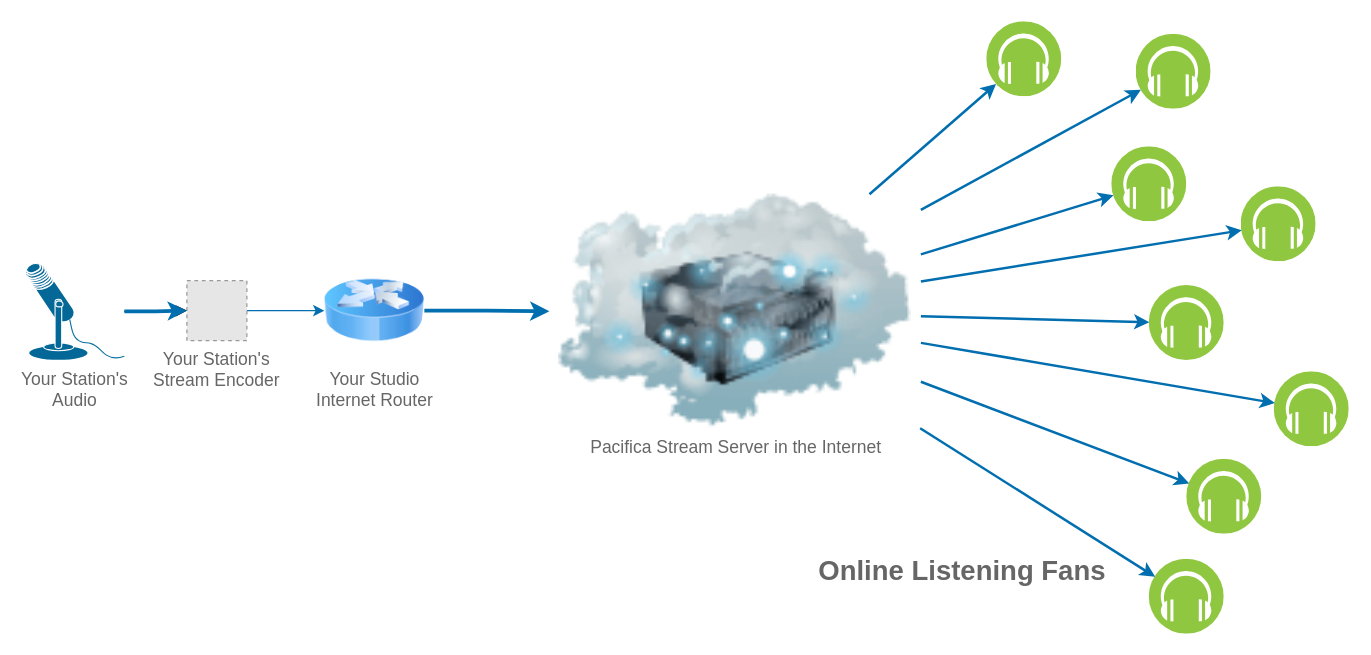
Above: docs/images/icecast-streaming.drawio in opensourceradio/ram (draw.io), before the change. Source tidied: cells renumbered, new cells numbered last; positions are measured from the earlier drawing's top-left corner, leaving out a move shared by most shapes. Both pictures are drawn from the tidied source at 125%, with x=0, y=0 at pixel (24, 21). Pictures stored in the file or linked from it are replaced by grey dashed boxes.
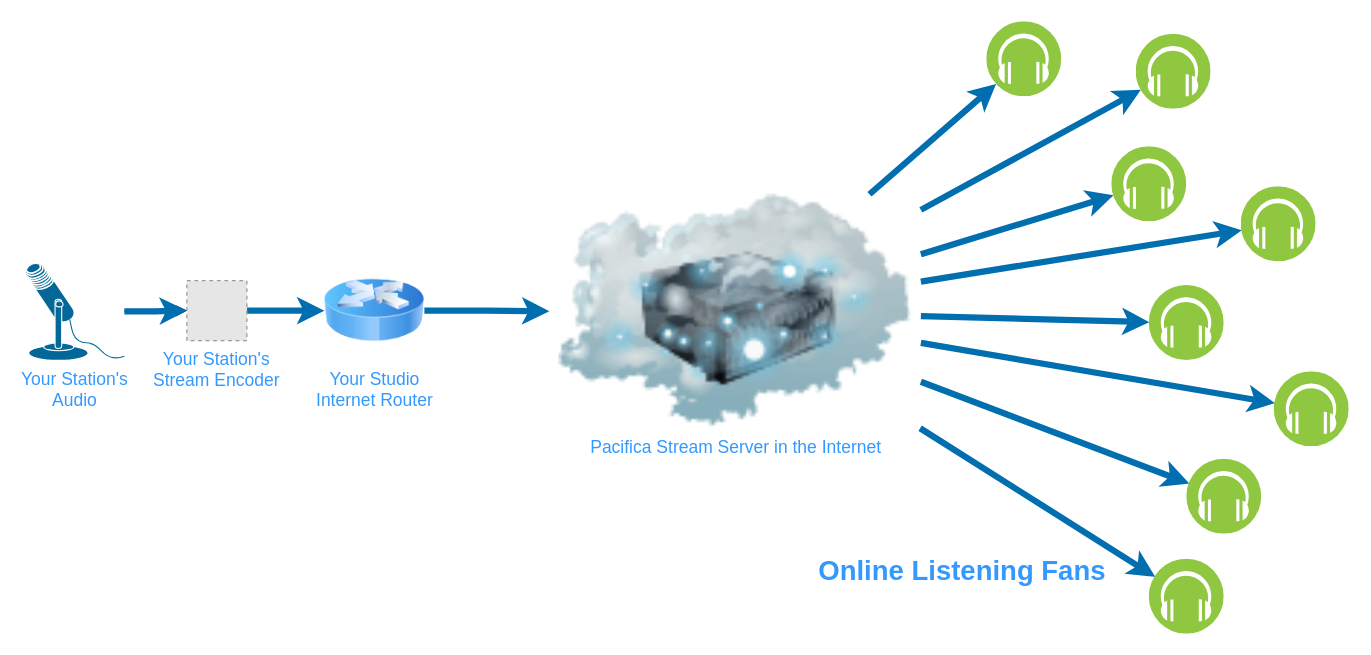
Above is the later version.

Commit message (it also covers changes not shown here):
More image setting tweaks.

Unchanged cells that the change refers to:
```xml
<mxCell id="10" style="perimeter=ellipsePerimeter;html=1;align=center;shadow=0;dashed=0;fontColor=#4277BB;labelBackgroundColor=#ffffff;fontSize=12;spacingTop=3;image;image=img/lib/ibm/blockchain/event_listener.svg;" parent="1" vertex="1">
  <mxGeometry x="870" y="100" width="60" height="60" as="geometry" />
</mxCell>
<mxCell id="11" style="perimeter=ellipsePerimeter;html=1;align=center;shadow=0;dashed=0;fontColor=#4277BB;labelBackgroundColor=#ffffff;fontSize=12;spacingTop=3;image;image=img/lib/ibm/blockchain/event_listener.svg;" parent="1" vertex="1">
  <mxGeometry x="889.5" y="10" width="60" height="60" as="geometry" />
</mxCell>
<mxCell id="12" style="perimeter=ellipsePerimeter;html=1;align=center;shadow=0;dashed=0;fontColor=#4277BB;labelBackgroundColor=#ffffff;fontSize=12;spacingTop=3;image;image=img/lib/ibm/blockchain/event_listener.svg;" parent="1" vertex="1">
  <mxGeometry x="770" width="60" height="60" as="geometry" />
</mxCell>
<mxCell id="13" style="perimeter=ellipsePerimeter;html=1;align=center;shadow=0;dashed=0;fontColor=#4277BB;labelBackgroundColor=#ffffff;fontSize=12;spacingTop=3;image;image=img/lib/ibm/blockchain/event_listener.svg;" parent="1" vertex="1">
  <mxGeometry x="973.5" y="132" width="60" height="60" as="geometry" />
</mxCell>
<mxCell id="14" style="perimeter=ellipsePerimeter;html=1;align=center;shadow=0;dashed=0;fontColor=#4277BB;labelBackgroundColor=#ffffff;fontSize=12;spacingTop=3;image;image=img/lib/ibm/blockchain/event_listener.svg;" parent="1" vertex="1">
  <mxGeometry x="900" y="211" width="60" height="60" as="geometry" />
</mxCell>
<mxCell id="15" style="perimeter=ellipsePerimeter;html=1;align=center;shadow=0;dashed=0;fontColor=#4277BB;labelBackgroundColor=#ffffff;fontSize=12;spacingTop=3;image;image=img/lib/ibm/blockchain/event_listener.svg;" parent="1" vertex="1">
  <mxGeometry x="1000" y="280" width="60" height="60" as="geometry" />
</mxCell>
<mxCell id="16" style="perimeter=ellipsePerimeter;html=1;align=center;shadow=0;dashed=0;fontColor=#4277BB;labelBackgroundColor=#ffffff;fontSize=12;spacingTop=3;image;image=img/lib/ibm/blockchain/event_listener.svg;" parent="1" vertex="1">
  <mxGeometry x="930" y="350" width="60" height="60" as="geometry" />
</mxCell>
<mxCell id="17" style="perimeter=ellipsePerimeter;html=1;align=center;shadow=0;dashed=0;fontColor=#4277BB;labelBackgroundColor=#ffffff;fontSize=12;spacingTop=3;image;image=img/lib/ibm/blockchain/event_listener.svg;" parent="1" vertex="1">
  <mxGeometry x="900" y="430" width="60" height="60" as="geometry" />
</mxCell>
```

What changed in the source:
```diff
@@
-<mxGraphModel>
+<mxGraphModel background="#ffffff">
@@
-    <mxCell id="2" style="edgeStyle=orthogonalEdgeStyle;rounded=0;jettySize=auto;html=1;entryX=0;entryY=0.5;entryDx=0;entryDy=0;fillColor=#1ba1e2;strokeColor=#006EAF;" parent="1" edge="1" source="3" target="8">
+    <mxCell id="2" style="edgeStyle=orthogonalEdgeStyle;rounded=0;jettySize=auto;html=1;entryX=0;entryY=0.5;entryDx=0;entryDy=0;fillColor=#1ba1e2;strokeColor=#006EAF;strokeWidth=5;" parent="1" edge="1" source="3" target="8">
       <mxGeometry relative="1" as="geometry" />
     </mxCell>
-    <mxCell id="3" value="Your Station's&#10;Stream Encoder" style="fillColor=#E6E6E6;strokeColor=#999999;dashed=1;verticalLabelPosition=bottom;verticalAlign=top;fontSize=14;fontColor=#666666;" parent="1" vertex="1">
+    <mxCell id="3" value="Your Station's&#10;Stream Encoder" style="fillColor=#E6E6E6;strokeColor=#999999;dashed=1;verticalLabelPosition=bottom;verticalAlign=top;fontSize=14;fontColor=#3399FF;" parent="1" vertex="1">
       <mxGeometry x="130" y="207" width="48" height="48" as="geometry" />
     </mxCell>
@@
-    <mxCell id="5" style="edgeStyle=orthogonalEdgeStyle;rounded=0;jettySize=auto;html=1;strokeWidth=3;fontSize=14;fillColor=#1ba1e2;strokeColor=#006EAF;" parent="1" edge="1" source="6" target="3">
+    <mxCell id="5" style="edgeStyle=orthogonalEdgeStyle;rounded=0;jettySize=auto;html=1;strokeWidth=5;fontSize=14;fillColor=#1ba1e2;strokeColor=#006EAF;" parent="1" edge="1" source="6" target="3">
       <mxGeometry relative="1" as="geometry" />
     </mxCell>
-    <mxCell id="6" value="Your Station's&lt;br style=&quot;font-size: 14px;&quot;&gt;Audio" style="shape=mxgraph.cisco.computers_and_peripherals.microphone;html=1;dashed=0;fillColor=#036897;strokeColor=#ffffff;strokeWidth=2;verticalLabelPosition=bottom;verticalAlign=top;align=center;outlineConnect=0;fontSize=14;fontColor=#666666;" parent="1" vertex="1">
+    <mxCell id="6" value="Your Station's&lt;br style=&quot;font-size: 14px;&quot;&gt;Audio" style="shape=mxgraph.cisco.computers_and_peripherals.microphone;html=1;dashed=0;fillColor=#036897;strokeColor=#ffffff;strokeWidth=2;verticalLabelPosition=bottom;verticalAlign=top;align=center;outlineConnect=0;fontSize=14;fontColor=#3399FF;" parent="1" vertex="1">
       <mxGeometry y="192" width="80" height="79" as="geometry" />
     </mxCell>
-    <mxCell id="7" style="edgeStyle=orthogonalEdgeStyle;rounded=0;jettySize=auto;html=1;entryX=0;entryY=0.5;entryDx=0;entryDy=0;strokeWidth=3;fillColor=#1ba1e2;strokeColor=#006EAF;" parent="1" edge="1" source="8" target="9">
+    <mxCell id="7" style="edgeStyle=orthogonalEdgeStyle;rounded=0;jettySize=auto;html=1;entryX=0;entryY=0.5;entryDx=0;entryDy=0;strokeWidth=5;fillColor=#1ba1e2;strokeColor=#006EAF;" parent="1" edge="1" source="8" target="9">
       <mxGeometry relative="1" as="geometry" />
     </mxCell>
-    <mxCell id="8" value="Your Studio&lt;br style=&quot;font-size: 14px;&quot;&gt;Internet Router" style="image;html=1;image=img/lib/clip_art/networking/Router_Icon_128x128.png;fontSize=14;fontColor=#666666;labelBackgroundColor=none;" parent="1" vertex="1">
+    <mxCell id="8" value="Your Studio&lt;br style=&quot;font-size: 14px;&quot;&gt;Internet Router" style="image;html=1;image=img/lib/clip_art/networking/Router_Icon_128x128.png;fontSize=14;fontColor=#3399FF;labelBackgroundColor=none;" parent="1" vertex="1">
       <mxGeometry x="240" y="191" width="80" height="80" as="geometry" />
     </mxCell>
-    <mxCell id="9" value="Pacifica Stream Server in the Internet" style="image;html=1;image=img/lib/clip_art/networking/Cloud_Server_128x128.png;shadow=0;dashed=0;fontFamily=Helvetica;fontSize=14;fontColor=#666666;align=center;strokeColor=default;fillColor=default;labelBackgroundColor=none;" parent="1" vertex="1">
+    <mxCell id="9" value="Pacifica Stream Server in the Internet" style="image;html=1;image=img/lib/clip_art/networking/Cloud_Server_128x128.png;shadow=0;dashed=0;fontFamily=Helvetica;fontSize=14;fontColor=#3399FF;align=center;strokeColor=default;fillColor=default;labelBackgroundColor=none;" parent="1" vertex="1">
       <mxGeometry x="420" y="137.9" width="297.2" height="187.2" as="geometry" />
     </mxCell>
@@
-    <mxCell id="18" style="endArrow=classic;html=1;rounded=0;strokeWidth=2;fillColor=#1ba1e2;strokeColor=#006EAF;" parent="1" edge="1" source="9" target="12">
+    <mxCell id="18" style="endArrow=classic;html=1;rounded=0;strokeWidth=5;fillColor=#1ba1e2;strokeColor=#006EAF;" parent="1" edge="1" source="9" target="12">
       <mxGeometry relative="1" as="geometry" />
     </mxCell>
-    <mxCell id="19" style="endArrow=classic;html=1;rounded=0;strokeWidth=2;fillColor=#1ba1e2;strokeColor=#006EAF;" parent="1" edge="1" source="9" target="11">
+    <mxCell id="19" style="endArrow=classic;html=1;rounded=0;strokeWidth=5;fillColor=#1ba1e2;strokeColor=#006EAF;" parent="1" edge="1" source="9" target="11">
       <mxGeometry relative="1" as="geometry" />
     </mxCell>
-    <mxCell id="20" style="endArrow=classic;html=1;rounded=0;strokeWidth=2;fillColor=#1ba1e2;strokeColor=#006EAF;" parent="1" edge="1" source="9" target="10">
+    <mxCell id="20" style="endArrow=classic;html=1;rounded=0;strokeWidth=5;fillColor=#1ba1e2;strokeColor=#006EAF;" parent="1" edge="1" source="9" target="10">
       <mxGeometry relative="1" as="geometry" />
     </mxCell>
-    <mxCell id="21" style="endArrow=classic;html=1;rounded=0;strokeWidth=2;fillColor=#1ba1e2;strokeColor=#006EAF;" parent="1" edge="1" source="9" target="13">
+    <mxCell id="21" style="endArrow=classic;html=1;rounded=0;strokeWidth=5;fillColor=#1ba1e2;strokeColor=#006EAF;" parent="1" edge="1" source="9" target="13">
       <mxGeometry relative="1" as="geometry" />
     </mxCell>
-    <mxCell id="22" style="endArrow=classic;html=1;rounded=0;strokeWidth=2;fillColor=#1ba1e2;strokeColor=#006EAF;" parent="1" edge="1" source="9" target="14">
+    <mxCell id="22" style="endArrow=classic;html=1;rounded=0;strokeWidth=5;fillColor=#1ba1e2;strokeColor=#006EAF;" parent="1" edge="1" source="9" target="14">
       <mxGeometry relative="1" as="geometry" />
     </mxCell>
-    <mxCell id="23" style="endArrow=classic;html=1;rounded=0;strokeWidth=2;fillColor=#1ba1e2;strokeColor=#006EAF;" parent="1" edge="1" source="9" target="15">
+    <mxCell id="23" style="endArrow=classic;html=1;rounded=0;strokeWidth=5;fillColor=#1ba1e2;strokeColor=#006EAF;" parent="1" edge="1" source="9" target="15">
       <mxGeometry relative="1" as="geometry" />
     </mxCell>
-    <mxCell id="24" style="endArrow=classic;html=1;rounded=0;strokeWidth=2;fillColor=#1ba1e2;strokeColor=#006EAF;" parent="1" edge="1" source="9" target="16">
+    <mxCell id="24" style="endArrow=classic;html=1;rounded=0;strokeWidth=5;fillColor=#1ba1e2;strokeColor=#006EAF;" parent="1" edge="1" source="9" target="16">
       <mxGeometry relative="1" as="geometry" />
     </mxCell>
-    <mxCell id="25" style="endArrow=classic;html=1;rounded=0;strokeWidth=2;fillColor=#1ba1e2;strokeColor=#006EAF;" parent="1" edge="1" source="9" target="17">
+    <mxCell id="25" style="endArrow=classic;html=1;rounded=0;strokeWidth=5;fillColor=#1ba1e2;strokeColor=#006EAF;" parent="1" edge="1" source="9" target="17">
       <mxGeometry relative="1" as="geometry" />
     </mxCell>
-    <mxCell id="26" value="Online Listening Fans" style="text;html=1;align=center;verticalAlign=middle;strokeColor=none;fillColor=none;fontStyle=1;fontSize=22;fontColor=#666666;" parent="1" vertex="1">
+    <mxCell id="26" value="Online Listening Fans" style="text;html=1;align=center;verticalAlign=middle;strokeColor=none;fillColor=none;fontStyle=1;fontSize=22;fontColor=#3399FF;" parent="1" vertex="1">
       <mxGeometry x="625" y="420" width="250" height="40" as="geometry" />
     </mxCell>
```
